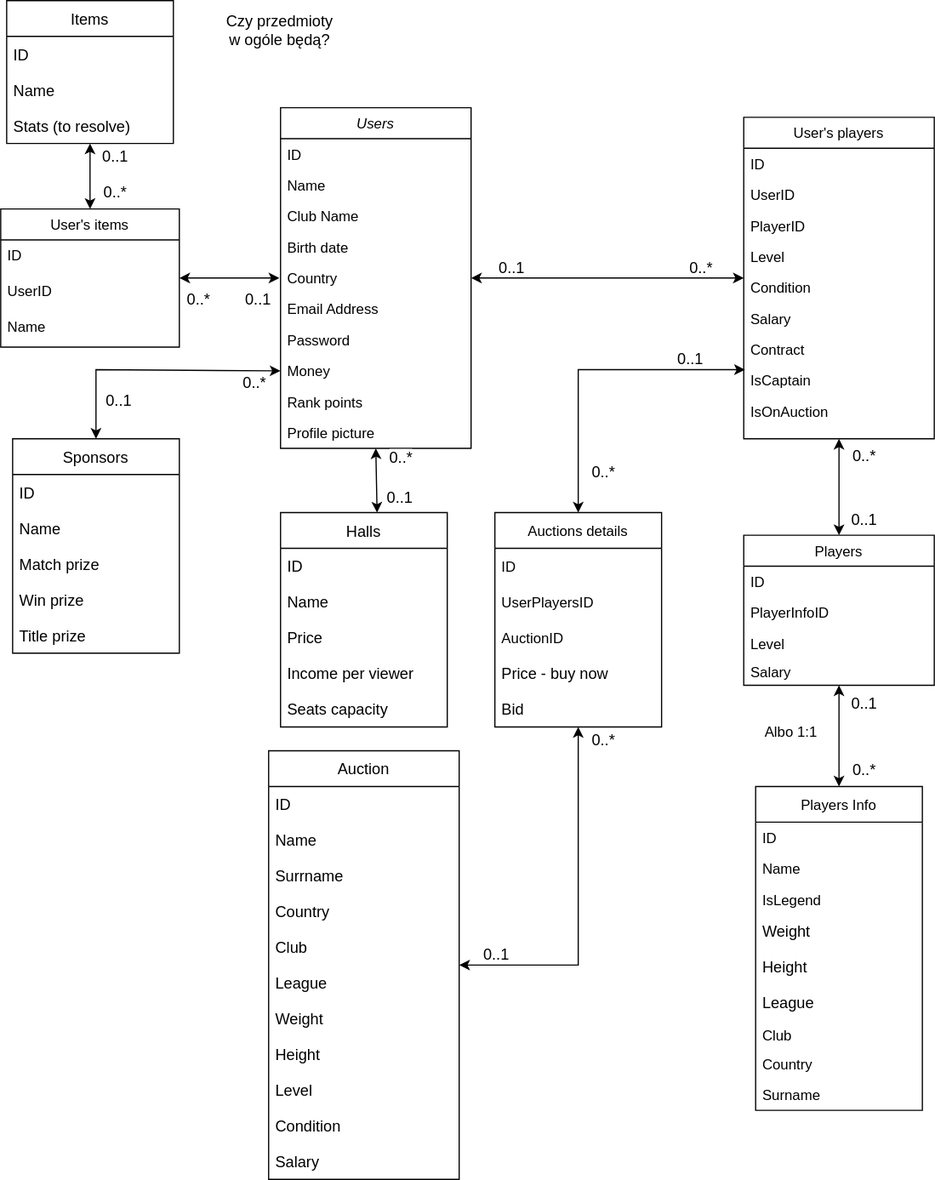
Before: DatabaseDiagram.svg, a diagram exported from draw.io (KrystianGaluszka/PracaDyplomowa). Source tidied: cells renumbered, new cells last; positions are measured from the earlier drawing's top-left corner, leaving out a move shared by most shapes.
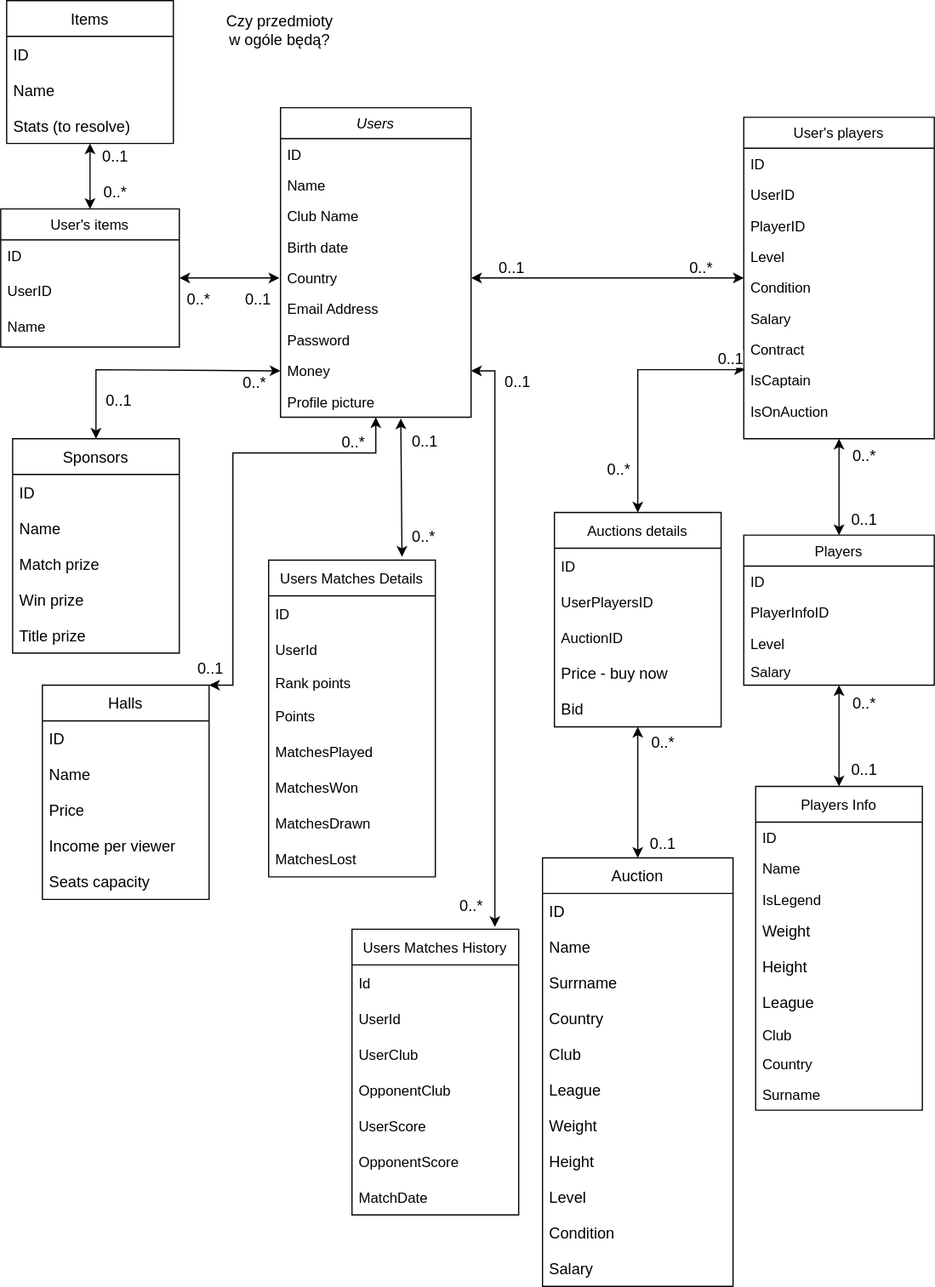
Later version of the same file.

What changed in the source:
```diff
@@ -3,7 +3,7 @@
     <mxCell id="0" />
     <mxCell id="1" parent="0" />
     <mxCell id="2" value="Users" style="swimlane;fontStyle=2;align=center;verticalAlign=top;horizontal=1;startSize=26;rounded=0;shadow=0;strokeWidth=1;" parent="1" vertex="1">
-      <mxGeometry x="235" y="90" width="160" height="286" as="geometry" />
+      <mxGeometry x="235" y="90" width="160" height="260" as="geometry" />
     </mxCell>
     <mxCell id="3" value="ID" style="text;align=left;verticalAlign=top;spacingLeft=4;spacingRight=4;overflow=hidden;" parent="2" vertex="1">
       <mxGeometry y="26" width="160" height="26" as="geometry" />
@@ -29,11 +29,8 @@
     <mxCell id="10" value="Money" style="text;align=left;verticalAlign=top;spacingLeft=4;spacingRight=4;overflow=hidden;points=[[0,0.5],[1,0.5]];portConstraint=eastwest;rounded=0;shadow=0;html=0;" parent="2" vertex="1">
       <mxGeometry y="208" width="160" height="26" as="geometry" />
     </mxCell>
-    <mxCell id="11" value="Rank points" style="text;align=left;verticalAlign=top;spacingLeft=4;spacingRight=4;overflow=hidden;rounded=0;shadow=0;html=0;" parent="2" vertex="1">
-      <mxGeometry y="234" width="160" height="26" as="geometry" />
-    </mxCell>
     <mxCell id="12" value="Profile picture" style="text;align=left;verticalAlign=top;spacingLeft=4;spacingRight=4;overflow=hidden;points=[[0,0.5],[1,0.5]];portConstraint=eastwest;rounded=0;shadow=0;html=0;" parent="2" vertex="1">
-      <mxGeometry y="260" width="160" height="26" as="geometry" />
+      <mxGeometry y="234" width="160" height="26" as="geometry" />
     </mxCell>
     <mxCell id="13" value="Players" style="swimlane;fontStyle=0;align=center;verticalAlign=top;horizontal=1;startSize=26;rounded=0;shadow=0;strokeWidth=1;" parent="1" vertex="1">
       <mxGeometry x="624" y="449" width="160" height="126" as="geometry" />
@@ -111,7 +108,7 @@
       <mxGeometry y="150" width="140" height="30" as="geometry" />
     </mxCell>
     <mxCell id="38" value="Halls" style="swimlane;fontStyle=0;horizontal=1;startSize=30;fontSize=13;strokeWidth=1;" parent="1" vertex="1">
-      <mxGeometry x="235" y="430" width="140" height="180" as="geometry" />
+      <mxGeometry x="35" y="575" width="140" height="180" as="geometry" />
     </mxCell>
     <mxCell id="39" value="ID" style="text;strokeColor=none;fillColor=none;align=left;verticalAlign=middle;spacingLeft=4;spacingRight=4;overflow=hidden;fontSize=13;" parent="38" vertex="1">
       <mxGeometry y="30" width="140" height="30" as="geometry" />
@@ -171,7 +168,7 @@
         <mxPoint x="-3" y="17" as="offset" />
       </mxGeometry>
     </mxCell>
-    <mxCell id="54" style="endArrow=classic;startArrow=classic;html=1;rounded=0;fontSize=13;" parent="1" edge="1" source="2" target="22">
+    <mxCell id="54" style="endArrow=classic;startArrow=classic;html=1;rounded=0;fontSize=13;exitX=1;exitY=0.5;exitDx=0;exitDy=0;" parent="1" edge="1" source="7" target="22">
       <mxGeometry relative="1" as="geometry" />
     </mxCell>
     <mxCell id="55" value="0..1" style="edgeLabel;html=1;align=center;verticalAlign=middle;fontSize=13;" parent="54" vertex="1">
@@ -201,17 +198,24 @@
         <mxPoint x="16" y="8" as="offset" />
       </mxGeometry>
     </mxCell>
-    <mxCell id="60" style="endArrow=classic;startArrow=classic;html=1;rounded=0;fontSize=13;entryX=0.5;entryY=1;entryDx=0;entryDy=0;exitX=0.579;exitY=0;exitDx=0;exitDy=0;exitPerimeter=0;" parent="1" edge="1" source="38" target="2">
-      <mxGeometry relative="1" as="geometry" />
+    <mxCell id="60" style="endArrow=classic;startArrow=classic;html=1;rounded=0;fontSize=13;entryX=0.5;entryY=1;entryDx=0;entryDy=0;" parent="1" edge="1" target="2">
+      <mxGeometry relative="1" as="geometry">
+        <mxPoint x="175" y="575" as="sourcePoint" />
+        <Array as="points">
+          <mxPoint x="195" y="575" />
+          <mxPoint x="195" y="380" />
+          <mxPoint x="315" y="380" />
+        </Array>
+      </mxGeometry>
     </mxCell>
     <mxCell id="61" value="0..1" style="edgeLabel;html=1;align=center;verticalAlign=middle;fontSize=13;" parent="60" vertex="1">
       <mxGeometry x="-0.53" y="-1" relative="1" as="geometry">
-        <mxPoint x="18" as="offset" />
+        <mxPoint x="-21" y="51" as="offset" />
       </mxGeometry>
     </mxCell>
     <mxCell id="62" value="0..*" style="edgeLabel;html=1;align=center;verticalAlign=middle;fontSize=13;" parent="60" vertex="1">
       <mxGeometry x="0.44" y="-2" relative="1" as="geometry">
-        <mxPoint x="18" y="-7" as="offset" />
+        <mxPoint x="53" y="-12" as="offset" />
       </mxGeometry>
     </mxCell>
     <mxCell id="63" style="endArrow=classic;startArrow=classic;html=1;rounded=0;fontSize=13;exitX=0.5;exitY=0;exitDx=0;exitDy=0;" parent="1" edge="1" source="13" target="22">
@@ -228,7 +232,7 @@
       </mxGeometry>
     </mxCell>
     <mxCell id="66" value="Auction" style="swimlane;fontStyle=0;horizontal=1;startSize=30;fontSize=13;strokeWidth=1;" parent="1" vertex="1">
-      <mxGeometry x="225" y="630" width="160" height="360" as="geometry" />
+      <mxGeometry x="455" y="720" width="160" height="360" as="geometry" />
     </mxCell>
     <mxCell id="67" value="ID" style="text;strokeColor=none;fillColor=none;align=left;verticalAlign=middle;spacingLeft=4;spacingRight=4;overflow=hidden;fontSize=13;" parent="66" vertex="1">
       <mxGeometry y="30" width="160" height="30" as="geometry" />
@@ -267,7 +271,7 @@
       <mxGeometry x="184" y="10" width="101" height="30" as="geometry" />
     </mxCell>
     <mxCell id="79" value="Auctions details" style="swimlane;fontStyle=0;horizontal=1;startSize=30;" parent="1" vertex="1">
-      <mxGeometry x="415" y="430" width="140" height="180" as="geometry" />
+      <mxGeometry x="465" y="430" width="140" height="180" as="geometry" />
     </mxCell>
     <mxCell id="80" value="ID" style="text;strokeColor=none;fillColor=none;align=left;verticalAlign=middle;spacingLeft=4;spacingRight=4;overflow=hidden;" parent="79" vertex="1">
       <mxGeometry y="30" width="140" height="30" as="geometry" />
@@ -288,35 +292,31 @@
       <mxGeometry relative="1" as="geometry">
         <mxPoint x="625" y="310" as="sourcePoint" />
         <Array as="points">
-          <mxPoint x="485" y="310" />
+          <mxPoint x="535" y="310" />
         </Array>
       </mxGeometry>
     </mxCell>
     <mxCell id="86" value="0..1" style="edgeLabel;html=1;align=center;verticalAlign=middle;fontSize=13;" parent="85" vertex="1">
       <mxGeometry x="-0.71" relative="1" as="geometry">
-        <mxPoint x="-9" y="-10" as="offset" />
+        <mxPoint x="17" y="-10" as="offset" />
       </mxGeometry>
     </mxCell>
     <mxCell id="87" value="0..*" style="edgeLabel;html=1;align=center;verticalAlign=middle;fontSize=13;" parent="85" vertex="1">
       <mxGeometry x="0.68" relative="1" as="geometry">
-        <mxPoint x="20" y="7" as="offset" />
+        <mxPoint x="-17" y="-3" as="offset" />
       </mxGeometry>
     </mxCell>
-    <mxCell id="88" style="endArrow=classic;startArrow=classic;html=1;rounded=0;fontSize=13;" parent="1" edge="1" source="66" target="79">
-      <mxGeometry relative="1" as="geometry">
-        <Array as="points">
-          <mxPoint x="485" y="810" />
-        </Array>
-      </mxGeometry>
+    <mxCell id="88" style="endArrow=classic;startArrow=classic;html=1;rounded=0;fontSize=13;exitX=0.5;exitY=0;exitDx=0;exitDy=0;" parent="1" edge="1" source="66" target="79">
+      <mxGeometry relative="1" as="geometry" />
     </mxCell>
     <mxCell id="89" value="0..1" style="edgeLabel;html=1;align=center;verticalAlign=middle;fontSize=13;" parent="88" vertex="1">
       <mxGeometry x="-0.71" relative="1" as="geometry">
-        <mxPoint x="-13" y="-10" as="offset" />
+        <mxPoint x="20" y="3" as="offset" />
       </mxGeometry>
     </mxCell>
     <mxCell id="90" value="0..*" style="edgeLabel;html=1;align=center;verticalAlign=middle;fontSize=13;" parent="88" vertex="1">
       <mxGeometry x="0.68" relative="1" as="geometry">
-        <mxPoint x="20" y="-38" as="offset" />
+        <mxPoint x="20" y="-6" as="offset" />
       </mxGeometry>
     </mxCell>
     <mxCell id="91" value="Players Info" style="swimlane;fontStyle=0;horizontal=1;startSize=30;" parent="1" vertex="1">
@@ -352,18 +352,96 @@
     <mxCell id="101" style="endArrow=classic;startArrow=classic;html=1;rounded=0;fontSize=13;" parent="1" edge="1" source="91" target="13">
       <mxGeometry relative="1" as="geometry" />
     </mxCell>
-    <mxCell id="102" value="0..*" style="edgeLabel;html=1;align=center;verticalAlign=middle;fontSize=13;" parent="101" vertex="1">
+    <mxCell id="102" value="0..1" style="edgeLabel;html=1;align=center;verticalAlign=middle;fontSize=13;" parent="101" vertex="1">
       <mxGeometry x="-0.62" y="-1" relative="1" as="geometry">
         <mxPoint x="19" y="1" as="offset" />
       </mxGeometry>
     </mxCell>
-    <mxCell id="103" value="0..1" style="edgeLabel;html=1;align=center;verticalAlign=middle;fontSize=13;" parent="101" vertex="1">
+    <mxCell id="103" value="0..*" style="edgeLabel;html=1;align=center;verticalAlign=middle;fontSize=13;" parent="101" vertex="1">
       <mxGeometry x="0.67" y="-2" relative="1" as="geometry">
         <mxPoint x="18" as="offset" />
       </mxGeometry>
     </mxCell>
-    <mxCell id="104" value="Albo 1:1" style="text;html=1;strokeColor=none;fillColor=none;align=center;verticalAlign=middle;whiteSpace=wrap;rounded=0;" parent="1" vertex="1">
-      <mxGeometry x="634" y="600" width="60" height="30" as="geometry" />
-    </mxCell>
+    <mxCell id="105" value="Users Matches Details" style="swimlane;fontStyle=0;horizontal=1;startSize=30;" parent="1" vertex="1">
+      <mxGeometry x="225" y="470" width="140" height="266" as="geometry" />
+    </mxCell>
+    <mxCell id="106" value="ID   " style="text;strokeColor=none;fillColor=none;align=left;verticalAlign=middle;spacingLeft=4;spacingRight=4;overflow=hidden;" parent="105" vertex="1">
+      <mxGeometry y="30" width="140" height="30" as="geometry" />
+    </mxCell>
+    <mxCell id="107" value="UserId" style="text;strokeColor=none;fillColor=none;align=left;verticalAlign=middle;spacingLeft=4;spacingRight=4;overflow=hidden;" parent="105" vertex="1">
+      <mxGeometry y="60" width="140" height="30" as="geometry" />
+    </mxCell>
+    <mxCell id="11" value="Rank points" style="text;align=left;verticalAlign=top;spacingLeft=4;spacingRight=4;overflow=hidden;rounded=0;shadow=0;html=0;" parent="105" vertex="1">
+      <mxGeometry y="90" width="140" height="26" as="geometry" />
+    </mxCell>
+    <mxCell id="108" value="Points" style="text;strokeColor=none;fillColor=none;align=left;verticalAlign=middle;spacingLeft=4;spacingRight=4;overflow=hidden;" parent="105" vertex="1">
+      <mxGeometry y="116" width="140" height="30" as="geometry" />
+    </mxCell>
+    <mxCell id="109" value="MatchesPlayed" style="text;strokeColor=none;fillColor=none;align=left;verticalAlign=middle;spacingLeft=4;spacingRight=4;overflow=hidden;" parent="105" vertex="1">
+      <mxGeometry y="146" width="140" height="30" as="geometry" />
+    </mxCell>
+    <mxCell id="110" value="MatchesWon" style="text;strokeColor=none;fillColor=none;align=left;verticalAlign=middle;spacingLeft=4;spacingRight=4;overflow=hidden;" parent="105" vertex="1">
+      <mxGeometry y="176" width="140" height="30" as="geometry" />
+    </mxCell>
+    <mxCell id="111" value="MatchesDrawn" style="text;strokeColor=none;fillColor=none;align=left;verticalAlign=middle;spacingLeft=4;spacingRight=4;overflow=hidden;" parent="105" vertex="1">
+      <mxGeometry y="206" width="140" height="30" as="geometry" />
+    </mxCell>
+    <mxCell id="112" value="MatchesLost" style="text;strokeColor=none;fillColor=none;align=left;verticalAlign=middle;spacingLeft=4;spacingRight=4;overflow=hidden;" parent="105" vertex="1">
+      <mxGeometry y="236" width="140" height="30" as="geometry" />
+    </mxCell>
+    <mxCell id="113" value="Users Matches History" style="swimlane;fontStyle=0;horizontal=1;startSize=30;" parent="1" vertex="1">
+      <mxGeometry x="295" y="780" width="140" height="240" as="geometry" />
+    </mxCell>
+    <mxCell id="114" value="Id" style="text;strokeColor=none;fillColor=none;align=left;verticalAlign=middle;spacingLeft=4;spacingRight=4;overflow=hidden;" parent="113" vertex="1">
+      <mxGeometry y="30" width="140" height="30" as="geometry" />
+    </mxCell>
+    <mxCell id="115" value="UserId" style="text;strokeColor=none;fillColor=none;align=left;verticalAlign=middle;spacingLeft=4;spacingRight=4;overflow=hidden;" parent="113" vertex="1">
+      <mxGeometry y="60" width="140" height="30" as="geometry" />
+    </mxCell>
+    <mxCell id="116" value="UserClub" style="text;strokeColor=none;fillColor=none;align=left;verticalAlign=middle;spacingLeft=4;spacingRight=4;overflow=hidden;" parent="113" vertex="1">
+      <mxGeometry y="90" width="140" height="30" as="geometry" />
+    </mxCell>
+    <mxCell id="117" value="OpponentClub" style="text;strokeColor=none;fillColor=none;align=left;verticalAlign=middle;spacingLeft=4;spacingRight=4;overflow=hidden;" parent="113" vertex="1">
+      <mxGeometry y="120" width="140" height="30" as="geometry" />
+    </mxCell>
+    <mxCell id="118" value="UserScore" style="text;strokeColor=none;fillColor=none;align=left;verticalAlign=middle;spacingLeft=4;spacingRight=4;overflow=hidden;" parent="113" vertex="1">
+      <mxGeometry y="150" width="140" height="30" as="geometry" />
+    </mxCell>
+    <mxCell id="119" value="OpponentScore" style="text;strokeColor=none;fillColor=none;align=left;verticalAlign=middle;spacingLeft=4;spacingRight=4;overflow=hidden;" parent="113" vertex="1">
+      <mxGeometry y="180" width="140" height="30" as="geometry" />
+    </mxCell>
+    <mxCell id="120" value="MatchDate" style="text;strokeColor=none;fillColor=none;align=left;verticalAlign=middle;spacingLeft=4;spacingRight=4;overflow=hidden;" parent="113" vertex="1">
+      <mxGeometry y="210" width="140" height="30" as="geometry" />
+    </mxCell>
+    <mxCell id="121" style="endArrow=classic;startArrow=classic;html=1;rounded=0;fontSize=13;exitX=0.631;exitY=1.038;exitDx=0;exitDy=0;entryX=0.8;entryY=-0.011;entryDx=0;entryDy=0;entryPerimeter=0;exitPerimeter=0;" parent="1" edge="1" source="12" target="105">
+      <mxGeometry relative="1" as="geometry" />
+    </mxCell>
+    <mxCell id="122" value="0..1" style="edgeLabel;html=1;align=center;verticalAlign=middle;fontSize=13;" parent="121" vertex="1">
+      <mxGeometry x="-0.71" relative="1" as="geometry">
+        <mxPoint x="19" y="2" as="offset" />
+      </mxGeometry>
+    </mxCell>
+    <mxCell id="123" value="0..*" style="edgeLabel;html=1;align=center;verticalAlign=middle;fontSize=13;" parent="121" vertex="1">
+      <mxGeometry x="0.68" relative="1" as="geometry">
+        <mxPoint x="18" y="2" as="offset" />
+      </mxGeometry>
+    </mxCell>
+    <mxCell id="124" style="endArrow=classic;startArrow=classic;html=1;rounded=0;fontSize=13;exitX=1;exitY=0.5;exitDx=0;exitDy=0;entryX=0.857;entryY=-0.008;entryDx=0;entryDy=0;entryPerimeter=0;" parent="1" edge="1" source="10" target="113">
+      <mxGeometry relative="1" as="geometry">
+        <Array as="points">
+          <mxPoint x="415" y="311" />
+        </Array>
+      </mxGeometry>
+    </mxCell>
+    <mxCell id="125" value="0..1" style="edgeLabel;html=1;align=center;verticalAlign=middle;fontSize=13;" parent="124" vertex="1">
+      <mxGeometry x="-0.71" relative="1" as="geometry">
+        <mxPoint x="19" y="-41" as="offset" />
+      </mxGeometry>
+    </mxCell>
+    <mxCell id="126" value="0..*" style="edgeLabel;html=1;align=center;verticalAlign=middle;fontSize=13;" parent="124" vertex="1">
+      <mxGeometry x="0.68" relative="1" as="geometry">
+        <mxPoint x="-20" y="60" as="offset" />
+      </mxGeometry>
+    </mxCell>
   </root>
 </mxGraphModel>
```
